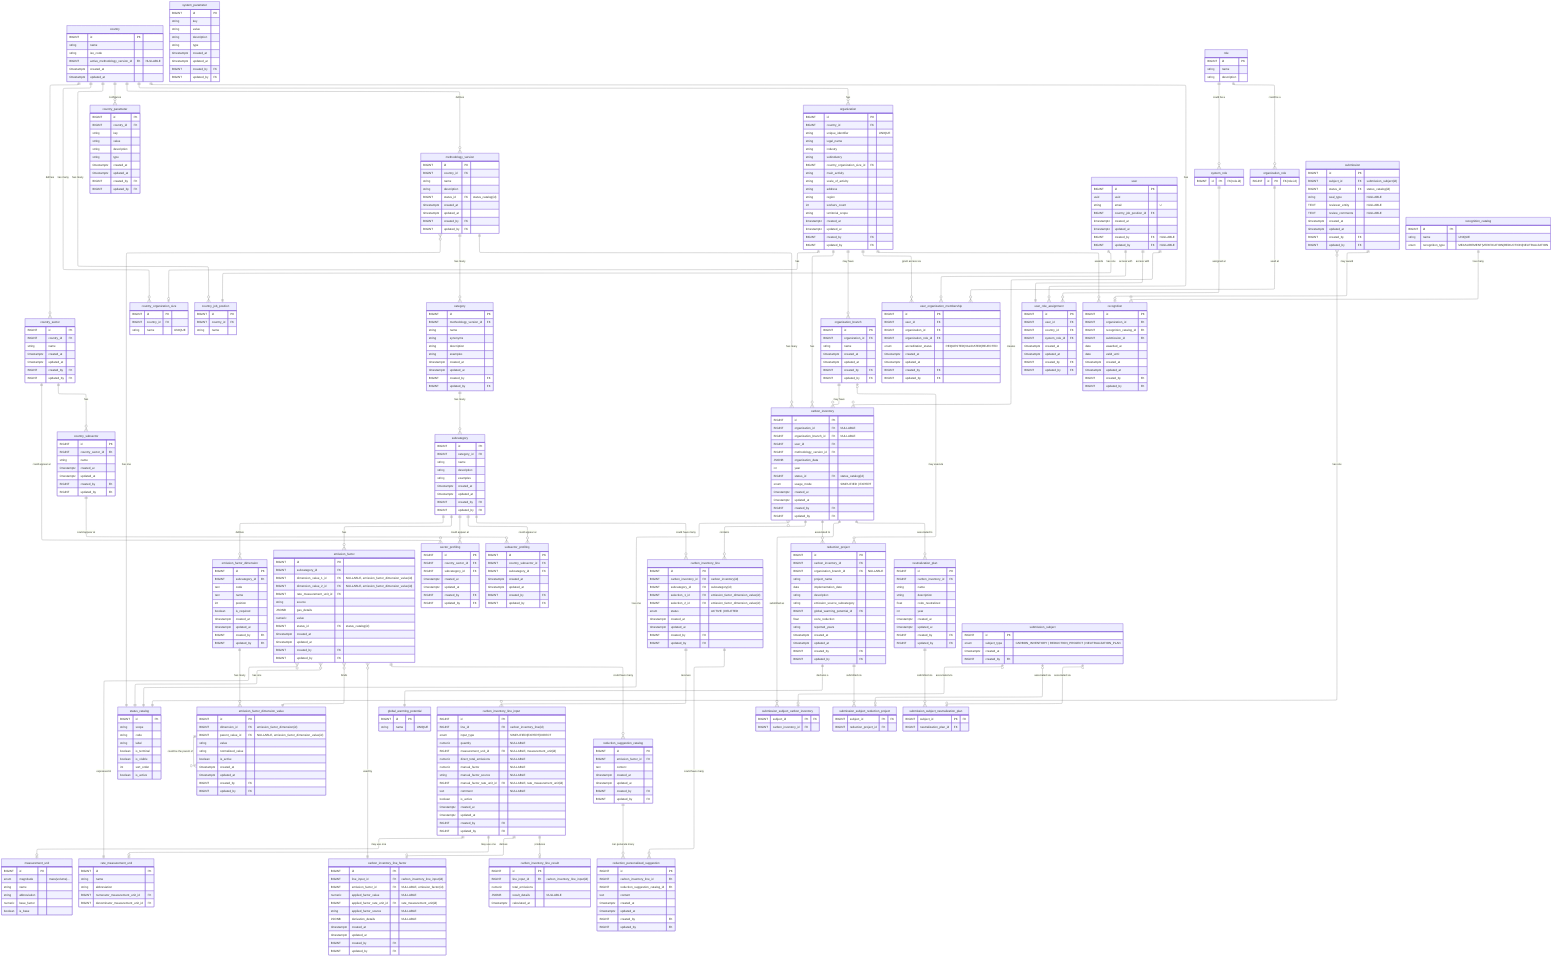
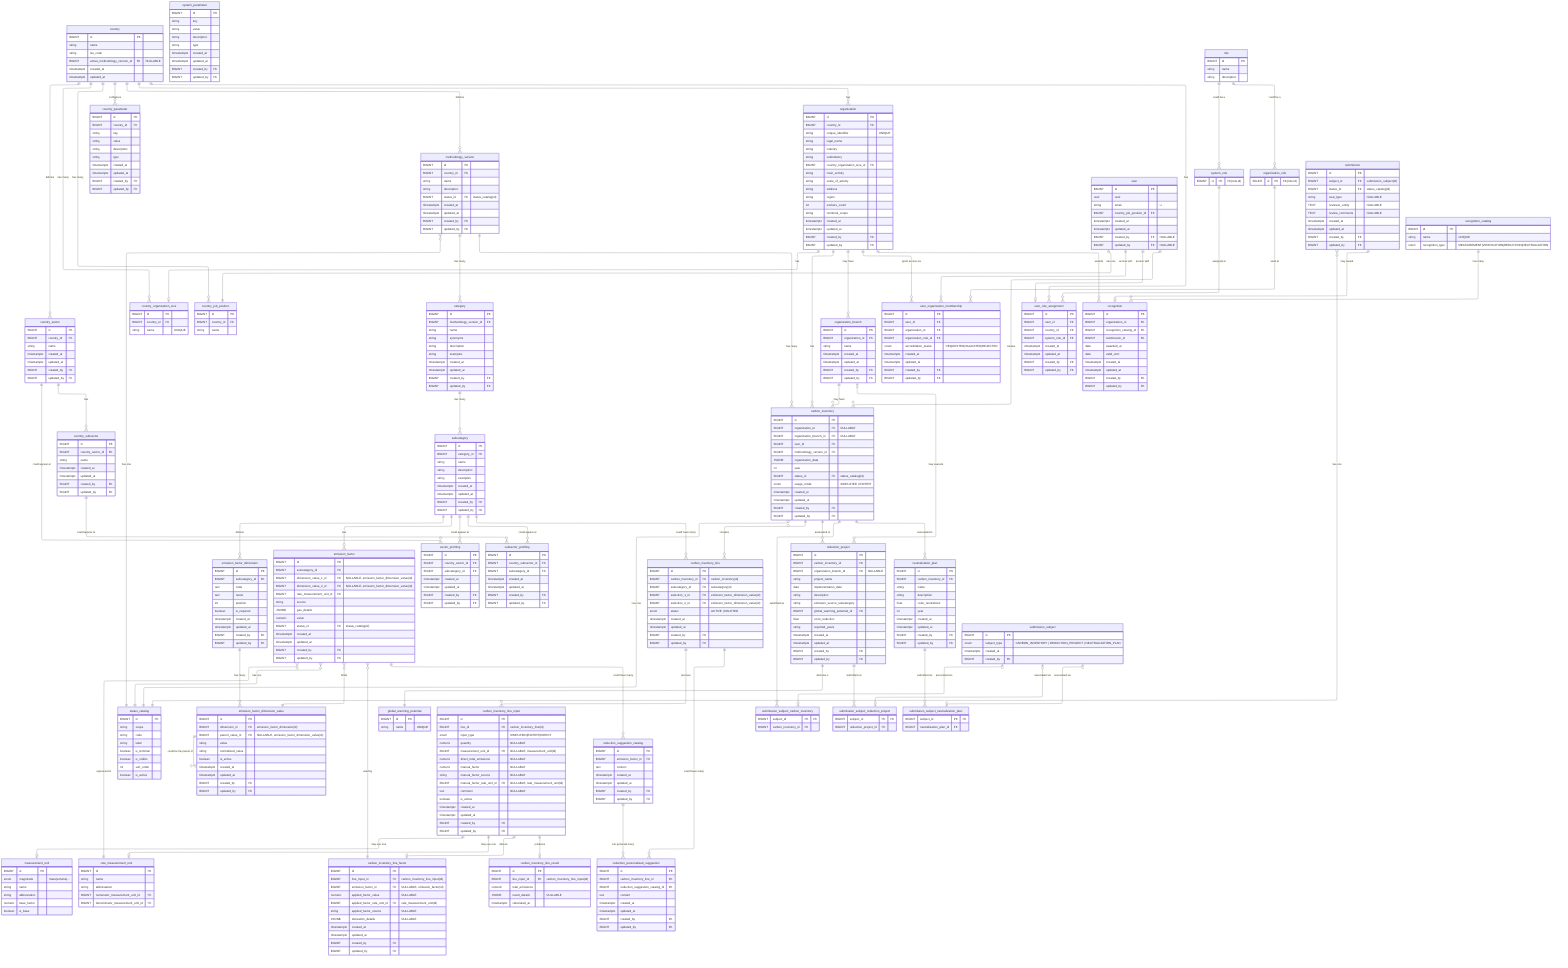
---
config:
  layout: elk
---
erDiagram
	direction TB

	%% ============================================================
	%% DEPRECATED TABLES
	%% ------------------------------------------------------------
	%% The following tables are kept for historical reference only:
	%% - carbon_inventory_detail
	%% They MUST NOT be used for new features.
	%% ============================================================
	%% carbon_inventory_detail {
	%% 	  BIGINT id PK ""
	%% 	  BIGINT carbon_inventory_id FK ""
	%% 	  BIGINT subcategory_id FK ""
	%% 	  enum type "DETAILED | TOTAL"
	%% 	  string first_selection "NULLABLE"
	%% 	  string second_selection "NULLABLE"
	%% 	  float quantity  "NULLABLE"
	%% 	  BIGINT measurement_unit_id FK "NULLABLE"
	%% 	  float factor "NULLABLE"
	%% 	  BIGINT factor_rate_measurement_unit_id FK "NULLABLE"
	%% 	  string factor_source "NULLABLE"
	%% 	  BIGINT emission_factor_id FK "NULLABLE"
	%% 	  float total_emissions "NULLABLE"
	%% 	  text comment  "NULLABLE"
	%% 	  BIGINT status_id FK "status_catalog(id)"
	%% 	  %% Restricciones:
	%% 	  %% Si type==SIMPLIFIED, el usuario llenará first_selection, second_selection, quantity, measurement_unit_id y la plataforma automáticamente escogerá un emission_factor_id y copiará el valor del factor, lo transformará a la misma unidad de medida del usuario y llenará factor y factor_rate_measurement_unit_id. Finalmente hará el P*Q y llenará total_emissions
	%% 	  %% Si type==EXPERT, el usuario llenará first_selection, second_selection, quantity, measurement_unit_id, factor y el factor_source. El factor_rate_measurement_unit_id se escogerá automáticamente según el measurement_unit_id. emission_factor_id será NULL. Finalmente la plataforma hará el P*Q y llenará total_emissions
	%% 	  %% Si type==DIRECT, todas las columnas serán NULL y el usuario ingresará el valor directo a total_emissions.
	%% 	  %% Alternar el type no modificará las filas, sino que marcará las actuales como status=OUTDATED y creará nuevas filas con el type adecuado (si no existen aún). Si ya existían, las recuperará a ACTIVE.
	%% 	  %% Todas las filas con status ACTIVE deben ser del mismo type.
	%% 	  %% Las filas DELETED nunca se recuperan, quedan para trazabilidad.
	%% }

	%% ============================================================
	%% Design Principles
	%% ============================================================

	%% 🔷 Core Modeling Principles
	%% 	1.	Each table has a single, well-defined responsibility
	%% Tables are designed to represent one concept only (e.g. configuration, input, result, workflow), avoiding mixed concerns.

	%% 	2.	Relationships reflect real business rules, not just foreign keys
	%% Cardinalities and optionality are chosen to express domain constraints, not merely technical implementation details.

	%% 	3.	Nullability is intentional and meaningful
	%% Nullable fields indicate valid domain states (e.g. optional associations, draft data), not incomplete design.

	%% ⸻

	%% 🔷 Configuration & Reference Data
	%% 	4.	Reference data is normalized and centralized
	%% Shared concepts (statuses, units, potentials) are defined once and reused across the system.

	%% 	5.	Volatile enums are modeled as tables, not database ENUMs
	%% Any value expected to evolve (statuses, workflows) is stored in catalog tables to avoid schema migrations.

	%% 	6.	Stable physical concepts may use ENUMs
	%% Concepts that are scientifically stable (e.g. unit magnitude, usage mode) may use database ENUMs for safety and clarity.

	%% ⸻

	%% 🔷 Methodology & Emission Factors

	%% 	7.	Methodology is versioned and country-scoped
	%% All categories, subcategories, and factors belong to a specific methodology version tied to a country.

	%% 	8.	Emission factors are defined by standardized dimensions, not free text
	%% User selections and factor matching are driven by normalized dimension values to ensure consistency and correctness.

	%% 	9.	Dimension cardinality reflects domain reality, not generic flexibility
	%% Emission factors support up to two dimensions by design, matching current methodology requirements and admin workflows.

	%% 	10.	Administrative workflows are hierarchical and sequential
	%% New entities are created top-down (category → subcategory → dimension → value → factor), enforcing consistency at each level.

	%% ⸻

	%% 🔷 Inventory & Calculation

	%% 	11.	Input, factor selection, and results are modeled as separate concerns
	%% User input, factor derivation, and calculated results are stored in distinct tables for clarity and auditability.

	%% 	12.	Results are always derived from immutable input snapshots
	%% Calculated emissions reference the exact input used, ensuring reproducibility even if inputs change later.

	%% 	13.	Historical data is preserved; updates create new versions
	%% Changes do not overwrite previous data but create new records, maintaining a complete audit trail.

	%% ⸻

	%% 🔷 Workflow & Submissions

	%% 	14.	Workflows are modeled as data, not booleans
	%% Submissions, approvals, and recognitions are represented explicitly rather than inferred from flags.

	%% 	15.	Polymorphism is handled via explicit subject tables
	%% Submissions reference a generic subject entity with concrete subtype tables, avoiding nullable polymorphic foreign keys.

	%% 	16.	Recognitions are awarded based on submissions, not raw entities
	%% This ensures all awards are traceable to a validated review process.

	%% ⸻

	%% 🔷 Audit & Governance

	%% 	17.	Audit fields are applied based on responsibility and mutability
	%% Operational tables are auditable; reference and system-owned tables may omit audit fields by design.

	%% 	18.	System-generated data does not pretend to have an author
	%% Automatically calculated results record timestamps but not created_by or updated_by.

	%% 	19.	Database constraints enforce correctness wherever possible
	%% Uniqueness, consistency, and invariants are enforced at the database level rather than relying solely on application logic.


	%% ⸻

	%% 🔷 Evolution & Maintainability

	%% 	20.	Design favors clarity and correctness over premature generalization
	%% Flexibility is introduced only when driven by real domain requirements, not hypothetical future use cases.

	%% 	21.	Future extensions are possible without breaking existing data
	%% The model anticipates evolution (e.g. new methodologies, new workflows) while keeping current usage simple and explicit.

	%% ⸻

	%% These principles are intentional.
	%% Changes to the model should preserve these invariants unless there is a clear domain-driven reason to evolve them.

	%% ============================================================
	%% 🟦 Country & configuration (7)
	%% ============================================================

	country {
		BIGINT id PK ""
		string name  ""
		string iso_code  ""
		BIGINT active_methodology_version_id FK "NULLABLE"
		timestamptz created_at  ""
		timestamptz updated_at  ""
	}

	country_parameter {
		BIGINT id PK ""
		BIGINT country_id FK ""
		string key  ""
		string value  ""
		string description  ""
		string type  ""
		timestamptz created_at  ""
		timestamptz updated_at  ""
		BIGINT created_by FK ""
		BIGINT updated_by FK ""
	}

	system_parameter {
		BIGINT id PK ""
		string key  ""
		string value  ""
		string description  ""
		string type  ""
		timestamptz created_at  ""
		timestamptz updated_at  ""
		BIGINT created_by FK ""
		BIGINT updated_by FK ""
	}

	country_sector {
		BIGINT id PK ""
		BIGINT country_id FK ""
		string name  ""
		timestamptz created_at  ""
		timestamptz updated_at  ""
		BIGINT created_by FK ""
		BIGINT updated_by FK ""
	}

	country_subsector {
		BIGINT id PK ""
		BIGINT country_sector_id FK ""
		string name  ""
		timestamptz created_at  ""
		timestamptz updated_at  ""
		BIGINT created_by FK ""
		BIGINT updated_by FK ""
	}

	country_organization_size {
		BIGINT id PK ""
		BIGINT country_id FK ""
		string name  "UNIQUE"
	}

	country_job_position {
		BIGINT id PK ""
		BIGINT country_id FK ""
		string name  ""
	}

	%% Postgres ENUM is great when values are stable forever (e.g., magnitude = mass|volume|energy). It becomes painful when values are product-managed and will evolve (status workflows, modes, etc.).
	status_catalog {
		BIGINT id PK ""
		%% Like: SUBMISSION | CARBON_INVENTORY | ENTITY
		string scope
		%% Like: DRAFT, ACTIVE, DELETED, OUTDATED, SUBMITTED, APPROVED, REJECTED, ...
		string code
		string label
		boolean is_terminal ""
		boolean is_visible ""
		int sort_order ""
		boolean is_active ""
		%% UNIQUE(scope, code)
		%% To prevent misuse we will use convention & tests
		%% To avoid misuse we will implement DB trigger to validate status.scope against the referencing table
	}

	%% ============================================================
	%% 🟩 Methodology & factors (9)
	%% ============================================================

	methodology_version {
		BIGINT id PK ""
		BIGINT country_id FK ""
		string name  ""
		string description  ""
		%% Uses all status values
		BIGINT status_id FK "status_catalog(id)"
		timestamptz created_at  ""
		timestamptz updated_at  ""
		BIGINT created_by FK ""
		BIGINT updated_by FK ""
		%% Enforce via trigger at most 1 active per country
		%% Enforce somehow country's active_methodology_version_id must point to ACTIVE
	}

	category {
		BIGINT id PK ""
		BIGINT methodology_version_id FK ""
		string name  ""
		%% just for displaying
		string synonyms ""
		%% just for displaying
		string description  ""
		%% just for displaying
		string examples ""
		timestamptz created_at  ""
		timestamptz updated_at  ""
		BIGINT created_by FK ""
		BIGINT updated_by FK ""
	}

	subcategory {
		BIGINT id PK ""
		BIGINT category_id FK ""
		string name  ""
		%% just for displaying
		string description  ""
		%% just for displaying
		string examples ""
		timestamptz created_at  ""
		timestamptz updated_at  ""
		BIGINT created_by FK ""
		BIGINT updated_by FK ""
	}

	emission_factor_dimension {
		BIGINT id PK ""
		BIGINT subcategory_id FK ""
		%% Like: FUEL_GROUP, FUEL_TYPE, GAS_TYPE
		text code ""
		%% Like: Tipo de combustible, Tipo de gas
		text name ""
		%% Like: 1, 2, 3 (order in UI & logic)
		int position ""
		boolean is_required ""
		timestamptz created_at  ""
		timestamptz updated_at  ""
		BIGINT created_by FK ""
		BIGINT updated_by FK ""
		%% UNIQUE(subcategory_id, position),
		%% UNIQUE(subcategory_id, code)
	}

	emission_factor_dimension_value {
		BIGINT id PK ""
		BIGINT dimension_id FK "emission_factor_dimension(id)"
		BIGINT parent_value_id FK "NULLABLE, emission_factor_dimension_value(id)"
		%% Like: Natural gas, Diesel, Kerosene, etc
		string value ""
		string normalized_value ""
		boolean is_active ""
		timestamptz created_at  ""
		timestamptz updated_at  ""
		BIGINT created_by FK ""
		BIGINT updated_by FK ""
		%% UNIQUE(dimension_id, normalized_value)
	}

	emission_factor {
		BIGINT id PK ""
		BIGINT subcategory_id FK ""
		%% Emission factors currently support up to two dimensions via fixed columns.
		%% A binding table was considered for unbounded dimensions but intentionally not used to keep queries and constraints simple.
		BIGINT dimension_value_1_id FK "NULLABLE, emission_factor_dimension_value(id)"
		BIGINT dimension_value_2_id FK "NULLABLE, emission_factor_dimension_value(id)"
		BIGINT rate_measurement_unit_id FK ""
		string source  ""
		JSONB gas_details ""
		numeric value  ""
		%% Uses all status values
		BIGINT status_id FK "status_catalog(id)"
		timestamptz created_at  ""
		timestamptz updated_at  ""
		BIGINT created_by FK ""
		BIGINT updated_by FK ""
		%% Enforce UNIQUE (subcategory_id, dimension_value_1_id, dimension_value_2_id) WHERE status = 'ACTIVE'
	}

	sector_profiling {
		BIGINT id PK ""
		BIGINT country_sector_id FK ""
		BIGINT subcategory_id FK ""
		timestamptz created_at  ""
		timestamptz updated_at  ""
		BIGINT created_by FK ""
		BIGINT updated_by FK ""
		%% UNIQUE(country_sector_id, subcategory_id)
	}

	subsector_profiling {
		BIGINT id PK ""
		BIGINT country_subsector_id FK ""
		BIGINT subcategory_id FK ""
		timestamptz created_at  ""
		timestamptz updated_at  ""
		BIGINT created_by FK ""
		BIGINT updated_by FK ""
		%% UNIQUE(country_subsector_id, subcategory_id)
	}

	measurement_unit {
		BIGINT id PK ""
		enum magnitude  "mass|volume|..."
		string name  ""
		string abbreviation  ""
		numeric base_factor  ""
		boolean is_base  ""
- 		%% Enfornce UNIQUE (magnitude) WHERE is_base = true
+ 		%% Enforce UNIQUE (magnitude) WHERE is_base = true
	}

	rate_measurement_unit {
		BIGINT id PK ""
		string name  ""
		string abbreviation  ""
		BIGINT numerator_measurement_unit_id FK ""
		BIGINT denominator_measurement_unit_id FK ""
	}

	global_warming_potential {
		BIGINT id PK ""
		string name "UNIQUE"
		%% AR4, AR5, etc...
	}

	%% ============================================================
	%% 🟨 Organizations & users (8)
	%% ============================================================

	organization {
		BIGINT id PK ""
		BIGINT country_id FK ""
		string unique_identifier  "UNIQUE"
		string legal_name  ""
		string industry  ""
		string subindustry  ""
		BIGINT country_organization_size_id FK ""
		string main_activity  ""
		string scale_of_activity  ""
		string address  ""
		string region  ""
		int workers_count  ""
		string territorial_scope  ""
		timestamptz created_at  ""
		timestamptz updated_at  ""
		BIGINT created_by FK ""
		BIGINT updated_by FK ""
	}

	organization_branch {
		BIGINT id PK ""
		BIGINT organization_id FK ""
		string name  ""
		timestamptz created_at  ""
		timestamptz updated_at  ""
		BIGINT created_by FK ""
		BIGINT updated_by FK ""
	}

	user {
		BIGINT id PK ""
		uuid uuid  ""
		string email  "U"
		BIGINT country_job_position_id FK ""
		timestamptz created_at  ""
		timestamptz updated_at  ""
		BIGINT created_by FK "NULLABLE"
		BIGINT updated_by FK "NULLABLE"
	}

	%% abstract parent table
	role {
		BIGINT id PK ""
		string name ""
		string description ""
	}

	system_role {
		BIGINT id PK "FK(role.id)"
	}

	organization_role {
		BIGINT id PK "FK(role.id)"
	}

	user_organization_membership {
		BIGINT id PK ""
		BIGINT user_id FK ""
		BIGINT organization_id FK ""
		BIGINT organization_role_id FK ""
		enum accreditation_status  "REQUESTED|VALIDATED|REJECTED"
		timestamptz created_at  ""
		timestamptz updated_at  ""
		BIGINT created_by FK ""
		BIGINT updated_by FK ""
		%% UNIQUE(user_id, organization_id, organization_role_id)
	}

	user_role_assignment {
		BIGINT id PK ""
		BIGINT user_id FK ""
		BIGINT country_id FK ""
		BIGINT system_role_id FK ""
		timestamptz created_at  ""
		timestamptz updated_at  ""
		BIGINT created_by FK ""
		BIGINT updated_by FK ""
		%% UNIQUE(user_id, country_id, system_role_id)
	}

	%% ============================================================
	%% 🟧 Inventory & calculation (9)
	%% ============================================================

	%% organization & organization_branch will be NULL when user does not belongs to any org.
	carbon_inventory {
		BIGINT id PK ""
		BIGINT organization_id FK "NULLABLE"
		BIGINT organization_branch_id FK "NULLABLE"
		BIGINT user_id FK ""
		BIGINT methodology_version_id FK ""
		JSONB organization_data  ""
		int year  ""
		BIGINT status_id FK "status_catalog(id)"
		%% Using an enum because we are 100% sure it will never change
		enum usage_mode  "SIMPLIFIED | EXPERT"
		timestamptz created_at  ""
		timestamptz updated_at  ""
		BIGINT created_by FK ""
		BIGINT updated_by FK ""
		%% CHECK ((organization_id IS NOT NULL AND organization_branch_id IS NULL) OR (organization_branch_id IS NOT NULL))
	}

	%% A “line” represents what is being measured (subcategory + optional selections) for a given inventory.
	%% We do not store quantities/factors here. It’s the anchor.
	carbon_inventory_line {
		BIGINT id PK ""
		BIGINT carbon_inventory_id FK "carbon_inventory(id)"
		BIGINT subcategory_id FK "subcategory(id)"

		%% the "dimension selections" (more on dimension standardization in section 4)
		BIGINT selection_1_id FK "emission_factor_dimension_value(id)"
		BIGINT selection_2_id FK "emission_factor_dimension_value(id)"

		enum status "ACTIVE | DELETED"
		timestamptz created_at  ""
		timestamptz updated_at  ""
		BIGINT created_by FK ""
		BIGINT updated_by FK ""
		%% Avoid duplicate active lines for same inventory+subcategory+selections
		%% UNIQUE(carbon_inventory_id, subcategory_id, selection_1_id, selection_2_id) WHERE status='ACTIVE'
	}

	carbon_inventory_line_input {
		BIGINT id PK ""
		BIGINT line_id FK "carbon_inventory_line(id)"
		enum input_type "SIMPLIFIED|EXPERT|DIRECT"
		numeric quantity "NULLABLE"
		BIGINT measurement_unit_id FK "NULLABLE, measurement_unit(id)"

		%% For DIRECT mode:
		numeric direct_total_emissions "NULLABLE"

		%% For EXPERT mode:
		numeric manual_factor "NULLABLE"
		string manual_factor_source "NULLABLE"
		BIGINT manual_factor_rate_unit_id FK "NULLABLE, rate_measurement_unit(id)"

		text comment "NULLABLE"
		boolean is_active ""
		timestamptz created_at  ""
		timestamptz updated_at  ""
		BIGINT created_by FK ""
		BIGINT updated_by FK ""
		%% Enforce only one active input per line: UNIQUE(line_id) WHERE is_active = true
	}

	%% This stores “what factor did we use, after conversions, and why” so results are reproducible.
	carbon_inventory_line_factor {
		BIGINT id PK ""
		BIGINT line_input_id FK "carbon_inventory_line_input(id)"

		%% chosen factor: either from catalog (simplified) or null for expert/direct
		BIGINT emission_factor_id FK "NULLABLE, emission_factor(id)"

		%% normalized factor actually used in the computation (post-conversion)
		numeric applied_factor_value "NULLABLE"
		BIGINT applied_factor_rate_unit_id FK "rate_measurement_unit(id)"
		string applied_factor_source "NULLABLE"

		%% optionally store a JSON blob explaining conversion steps for auditability
		JSONB derivation_details "NULLABLE"

		timestamptz created_at  ""
		timestamptz updated_at  ""
		BIGINT created_by FK ""
		BIGINT updated_by FK ""
		%% Enforce 1 factor row per input: UNIQUE(line_input_id)
	}

	carbon_inventory_line_result {
		BIGINT id PK ""
		BIGINT line_input_id FK "carbon_inventory_line_input(id)"
		numeric total_emissions ""
		%% optionally store breakdown: per-gas, CO2e, etc.
		JSONB result_details "NULLABLE"
		timestamptz calculated_at ""
		%% Ensure 1 result per input: UNIQUE(line_input_id)
	}

	reduction_suggestion_catalog {
		BIGINT id PK ""
		BIGINT emission_factor_id FK ""
		text content  ""
		timestamptz created_at  ""
		timestamptz updated_at  ""
		BIGINT created_by FK ""
		BIGINT updated_by FK ""
	}

	%% We plan to create these suggestion with AI
	reduction_personalized_suggestion {
		BIGINT id PK ""
		BIGINT carbon_inventory_line_id FK ""
		BIGINT reduction_suggestion_catalog_id FK ""
		text content  ""
		timestamptz created_at  ""
		timestamptz updated_at  ""
		BIGINT created_by FK ""
		BIGINT updated_by FK ""
	}

	reduction_project {
		BIGINT id PK ""
		BIGINT carbon_inventory_id FK ""
		BIGINT organization_branch_id FK "NULLABLE"
		string project_name  ""
		date implementation_date  ""
		string description  ""
		string emission_source_subcategory  ""
		BIGINT global_warming_potential_id FK ""
		float co2e_reduction  ""
		string reported_years  ""
		timestamptz created_at  ""
		timestamptz updated_at  ""
		BIGINT created_by FK ""
		BIGINT updated_by FK ""
	}

	neutralization_plan {
		BIGINT id PK ""
		BIGINT carbon_inventory_id FK ""
		string name  ""
		string description  ""
		float co2e_neutralized  ""
		int year  ""
		timestamptz created_at  ""
		timestamptz updated_at  ""
		BIGINT created_by FK ""
		BIGINT updated_by FK ""
	}

	%% ============================================================
	%% 🟥 Submissions & recognition (7)
	%% ============================================================

	%% Read the docs about the submissions model design here: https://www.notion.so/Modelo-E-R-para-Submissions-2d318d2c8901805ab8f9eed2a9d9d702?source=copy_link
- 	%% The data within this table is inmutable once created
+ 	%% The data within this table is immutable once created
	submission_subject {
		BIGINT id PK ""
		enum subject_type "CARBON_INVENTORY | REDUCTION_PROJECT | NEUTRALIZATION_PLAN"
		timestamptz created_at  ""
		BIGINT created_by FK ""
	}

- 	%% The data within this table is inmutable once created
+ 	%% The data within this table is immutable once created
	submission_subject_carbon_inventory {
		BIGINT subject_id PK "FK"
		BIGINT carbon_inventory_id FK ""
	}

- 	%% The data within this table is inmutable once created
+ 	%% The data within this table is immutable once created
	submission_subject_reduction_project {
		BIGINT subject_id PK "FK"
		BIGINT reduction_project_id FK ""
	}

- 	%% The data within this table is inmutable once created
+ 	%% The data within this table is immutable once created
	submission_subject_neutralization_plan {
		BIGINT subject_id PK "FK"
		BIGINT neutralization_plan_id FK ""
	}

	submission {
		BIGINT id PK ""
		BIGINT subject_id FK "submission_subject(id)"
		BIGINT status_id FK "status_catalog(id)"
		string seal_type  "NULLABLE"
		TEXT reviewer_entity "NULLABLE"
		TEXT review_comments "NULLABLE"
		timestamptz created_at  ""
		timestamptz updated_at  ""
		BIGINT created_by FK ""
		BIGINT updated_by FK ""
	}

	recognition_catalog {
		BIGINT id PK ""
		string name "UNIQUE"
		enum recognition_type  "MEASUREMENT|VERIFICATION|REDUCTION|NEUTRALIZATION"
	}

	recognition {
		BIGINT id PK ""
		BIGINT organization_id FK ""
		BIGINT recognition_catalog_id FK ""
		BIGINT submission_id FK ""
		date awarded_at  ""
		date valid_until  ""
		timestamptz created_at  ""
		timestamptz updated_at  ""
		BIGINT created_by FK ""
		BIGINT updated_by FK ""
	}

	%% ============================================================
	%% Others
	%% ============================================================


%% ============================================================
%% Relationships
%% ============================================================

country
	country ||--o{ country_parameter : "configures"
	country ||--o{ country_sector : "defines"
	country ||--o{ methodology_version : "defines"
	country ||--o{ organization : "has"
	country ||--o{ user_role_assignment : "has"
	country ||--o{ country_organization_size: "has many"
	country ||--o{ country_job_position : "has many"

country_sector
	country_sector ||--o{ country_subsector : "has"
	country_sector ||--o{ sector_profiling : "could appear at"

country_subsector
	country_subsector ||--o{ subsector_profiling : "could appear at"

organization
	organization ||--o{ carbon_inventory : "has"
	organization ||--o{ organization_branch : "may have"
	organization ||--o{ recognition : "awards"
	organization ||--o{ user_organization_membership : "grant access via"
	organization ||--o| country_organization_size : "has"

organization_branch
	organization_branch |o--o{ reduction_project : "may execute"
	organization_branch ||--o{ carbon_inventory : "may have"

recognition_catalog
	recognition_catalog ||--o{ recognition  : "has many"

role
	role ||--o{ system_role : "could be a"
	role ||--o{ organization_role : "could be a"
	organization_role ||--o{ user_organization_membership : "used at"
	system_role ||--o{ user_role_assignment : "assigned at"

user
	user ||--o{ carbon_inventory : "creates"
	user ||--o{ user_organization_membership : "access with"
	user ||--|| country_job_position : "has one"
- 	user ||--|| user_role_assignment : "access with"
+ 	user ||--o| user_role_assignment : "access with"

methodology_version
	methodology_version ||--o{ carbon_inventory : "has many"
	methodology_version ||--o{ category : "has many"
	methodology_version }o--|| status_catalog : "has one"

category
	category ||--o{ subcategory : "has many"

subcategory
	subcategory ||--o{ emission_factor_dimension: "defines"
	%% A subcategory may exist with zero emission factors:
	subcategory ||--o{ emission_factor: "has"
	subcategory ||--o{ sector_profiling: "could appear at"
	subcategory ||--o{ subsector_profiling: "could appear at"
	subcategory ||--o{ carbon_inventory_line: "could have many"

emission_factor_dimension
	emission_factor_dimension ||--o{ emission_factor_dimension_value : "has many"

emission_factor_dimension_value
	emission_factor_dimension_value ||--o{ emission_factor_dimension_value : "could be the parent of"

emission_factor
	emission_factor ||--o{ reduction_suggestion_catalog : "could have many"
	emission_factor }o--|| carbon_inventory_line_factor : "used by"
	emission_factor }o--|| rate_measurement_unit : "expressed in"
	emission_factor }o--|| status_catalog : "has one"
	%% At most 2 values, depending on subcategory configuration:
	emission_factor }o--|| emission_factor_dimension_value : "binds"

carbon_inventory
	carbon_inventory ||--o{ carbon_inventory_line: "contains"
	carbon_inventory ||--o{ submission_subject_carbon_inventory: "submitted as"
	carbon_inventory ||--o{ neutralization_plan: "associated to"
	carbon_inventory ||--o{ reduction_project: "associated to"
	carbon_inventory }o--|| status_catalog: "has one"

carbon_inventory_line
	carbon_inventory_line ||--o{ reduction_personalized_suggestion: "could have many"
	carbon_inventory_line ||--o{ carbon_inventory_line_input: "receives"

carbon_inventory_line_input
	carbon_inventory_line_input ||--o| measurement_unit: "may use one"
	carbon_inventory_line_input ||--o| rate_measurement_unit: "may use one"
	carbon_inventory_line_input ||--o| carbon_inventory_line_factor: "derives"
	carbon_inventory_line_input ||--o| carbon_inventory_line_result: "produces"

submission_subject
	submission_subject |o--o| submission_subject_carbon_inventory : "associated via"
	submission_subject |o--o| submission_subject_reduction_project : "associated via"
	submission_subject |o--o| submission_subject_neutralization_plan : "associated via"

submission
	submission ||--o| recognition: "may award"
	submission }o--|| status_catalog: "has one"

neutralization_plan
	neutralization_plan ||--o{ submission_subject_neutralization_plan : "submitted via"

reduction_project
	reduction_project ||--o{ submission_subject_reduction_project : "submitted via"
	reduction_project ||--|| global_warming_potential : "declares a"

reduction_suggestion_catalog
	reduction_suggestion_catalog ||--o{ reduction_personalized_suggestion : "can generate many"